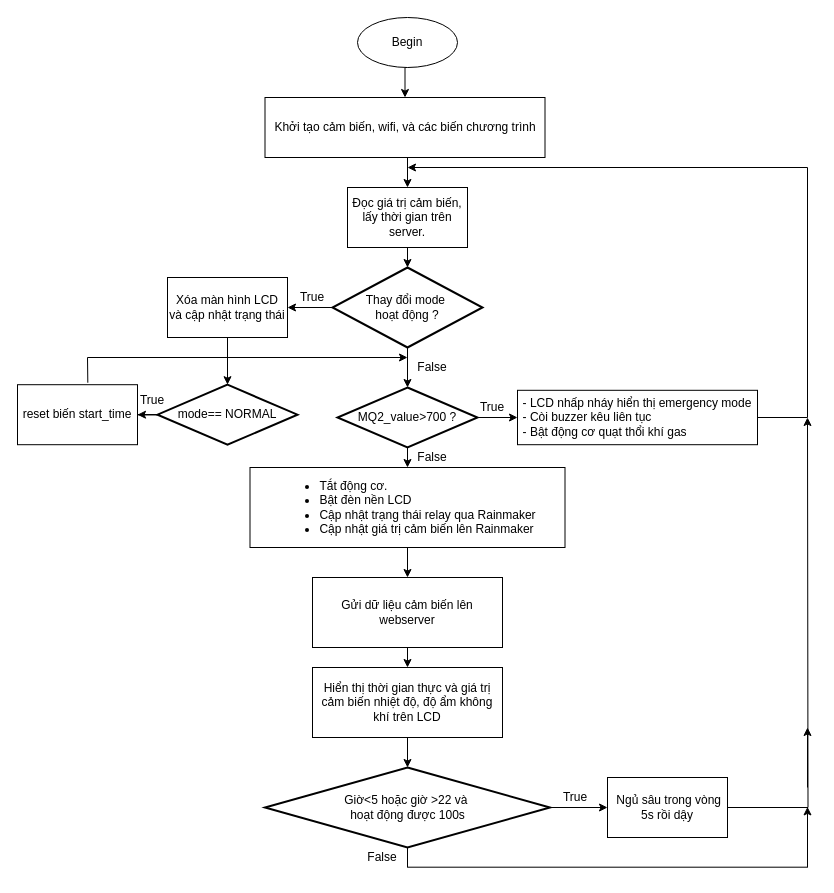
This is page "home" (1 of 3) of home.drawio from 106210049/Smart-home, a draw.io file, before an edit. Source tidied: cells renumbered, new cells numbered last; positions are measured from the earlier drawing's top-left corner, leaving out a move shared by most shapes. Both pictures are drawn from the tidied source at 100%, with x=0, y=0 at pixel (17, 17).
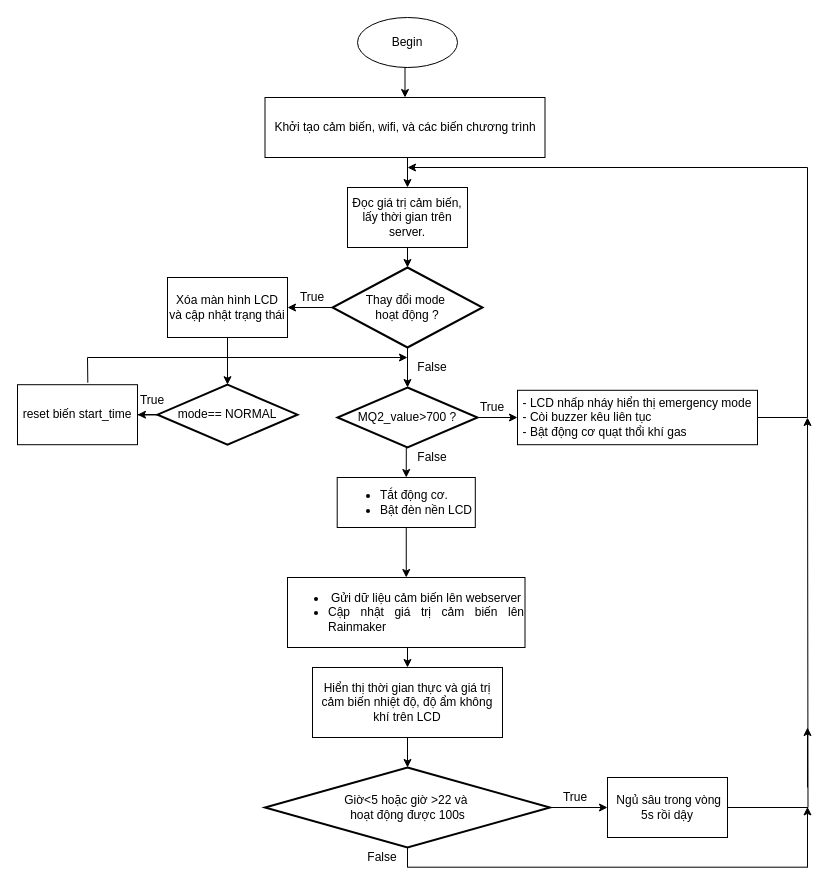
The same diagram, later.

What changed in the source:
```diff
@@
-    <mxCell id="25" value="&lt;ul&gt;&lt;li style=&quot;text-align: justify;&quot;&gt;Tắt động cơ.&lt;/li&gt;&lt;li style=&quot;text-align: justify;&quot;&gt;Bật đèn nền LCD&lt;/li&gt;&lt;li style=&quot;text-align: justify;&quot;&gt;Cập nhật trạng thái relay qua Rainmaker&lt;/li&gt;&lt;li style=&quot;text-align: justify;&quot;&gt;Cập nhật giá trị cảm biến lên Rainmaker&lt;/li&gt;&lt;/ul&gt;" style="rounded=0;whiteSpace=wrap;html=1;" parent="1" vertex="1">
-      <mxGeometry x="232.5" y="450" width="315" height="80" as="geometry" />
+    <mxCell id="25" value="&lt;ul&gt;&lt;li style=&quot;text-align: justify;&quot;&gt;Tắt động cơ.&lt;/li&gt;&lt;li style=&quot;text-align: justify;&quot;&gt;Bật đèn nền LCD&lt;/li&gt;&lt;/ul&gt;" style="rounded=0;whiteSpace=wrap;html=1;" parent="1" vertex="1">
+      <mxGeometry x="319.7" y="460" width="138.1" height="50" as="geometry" />
     </mxCell>
@@
-    <mxCell id="28" value="Gửi dữ liệu cảm biến lên webserver" style="rounded=0;whiteSpace=wrap;html=1;" parent="1" vertex="1">
-      <mxGeometry x="295" y="560" width="190" height="70" as="geometry" />
+    <mxCell id="28" value="&lt;div style=&quot;text-align: justify;&quot;&gt;&lt;ul style=&quot;text-align: center;&quot;&gt;&lt;li&gt;&lt;span style=&quot;background-color: initial;&quot;&gt;Gửi dữ liệu cảm biến lên webserver&lt;/span&gt;&lt;/li&gt;&lt;li style=&quot;text-align: justify;&quot;&gt;&lt;span style=&quot;background-color: initial;&quot;&gt;Cập nhật giá trị cảm biến lên Rainmaker&lt;/span&gt;&lt;/li&gt;&lt;/ul&gt;&lt;/div&gt;" style="rounded=0;whiteSpace=wrap;html=1;" parent="1" vertex="1">
+      <mxGeometry x="270" y="560" width="237.5" height="70" as="geometry" />
     </mxCell>
```
